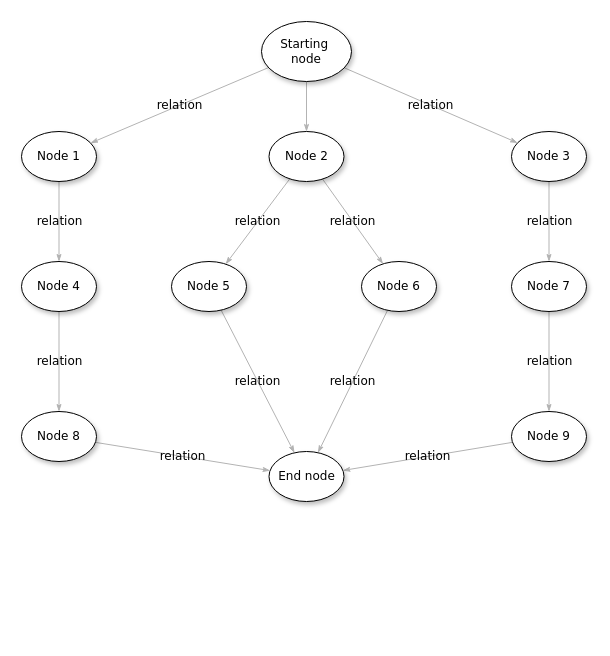
This is Migrate2Windows.drawio from YeXiaoRain/xml-www.draw.io, a draw.io file, before an edit. Source tidied: cells renumbered, new cells numbered last; positions are measured from the earlier drawing's top-left corner, leaving out a move shared by most shapes. Both pictures are drawn from the tidied source at 100%, with x=0, y=0 at pixel (21, 21).
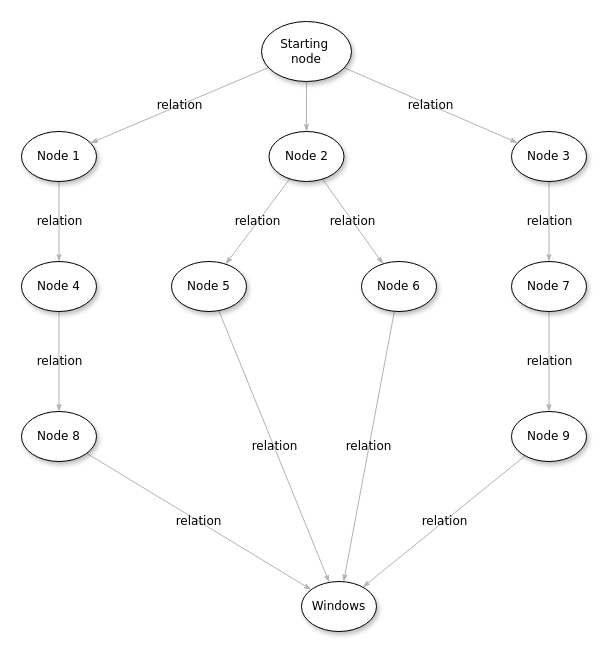
The same page after the edit.

Diff of the diagram source:
```diff
@@
-    <mxCell id="19" value="End node" style="ellipse;whiteSpace=wrap;html=1;rounded=0;shadow=1;comic=0;labelBackgroundColor=none;strokeWidth=1;fontFamily=Verdana;fontSize=12;align=center;" parent="1" vertex="1">
-      <mxGeometry x="247.5" y="430" width="75" height="50" as="geometry" />
+    <mxCell id="19" value="Windows" style="ellipse;whiteSpace=wrap;html=1;rounded=0;shadow=1;comic=0;labelBackgroundColor=none;strokeWidth=1;fontFamily=Verdana;fontSize=12;align=center;" parent="1" vertex="1">
+      <mxGeometry x="280" y="560" width="75" height="50" as="geometry" />
     </mxCell>
```
